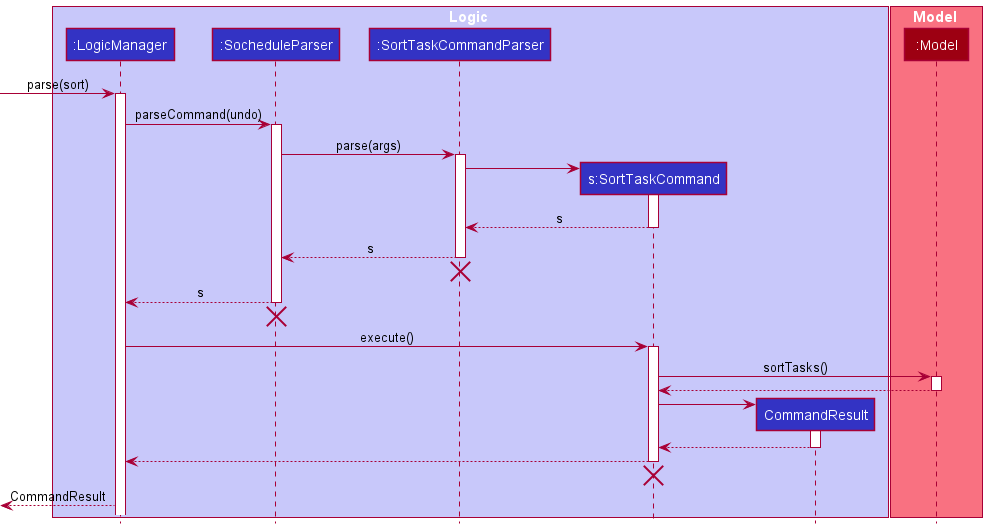
Earlier version of the PlantUML export docs/images/SortTaskSequenceDiagram.png (nus-cs2103-AY2021S2/tp). The source it was exported from:
```plantuml
@startuml
!include style.puml

box Logic LOGIC_COLOR_T1
participant ":LogicManager" as LogicManager LOGIC_COLOR
participant ":SocheduleParser" as SocheduleParser LOGIC_COLOR
participant ":SortTaskCommandParser" as SortTaskCommandParser LOGIC_COLOR
participant "s:SortTaskCommand" as SortTaskCommand LOGIC_COLOR
participant "CommandResult" as CommandResult LOGIC_COLOR
end box

box Model MODEL_COLOR_T1
participant ":Model" as Model MODEL_COLOR
end box

[-> LogicManager : parse(sort)
activate LogicManager

LogicManager -> SocheduleParser : parseCommand(undo)
activate SocheduleParser

SocheduleParser -> SortTaskCommandParser: parse(args)
activate SortTaskCommandParser

create SortTaskCommand
SortTaskCommandParser -> SortTaskCommand
activate SortTaskCommand
SortTaskCommandParser <--SortTaskCommand : s
deactivate SortTaskCommand

SocheduleParser <--SortTaskCommandParser : s
deactivate SortTaskCommandParser
SortTaskCommandParser -[hidden]->[
destroy SortTaskCommandParser

LogicManager <-- SocheduleParser : s
deactivate SocheduleParser
SocheduleParser -[hidden]->[
destroy SocheduleParser

LogicManager -> SortTaskCommand : execute()
activate SortTaskCommand

SortTaskCommand -> Model : sortTasks()
activate Model
SortTaskCommand <-- Model
deactivate Model

create CommandResult
SortTaskCommand -> CommandResult
activate CommandResult
SortTaskCommand <-- CommandResult
deactivate CommandResult

LogicManager <-- SortTaskCommand
deactivate SortTaskCommand
SortTaskCommand -[hidden]->[
destroy SortTaskCommand

[<-- LogicManager : CommandResult
@enduml
```
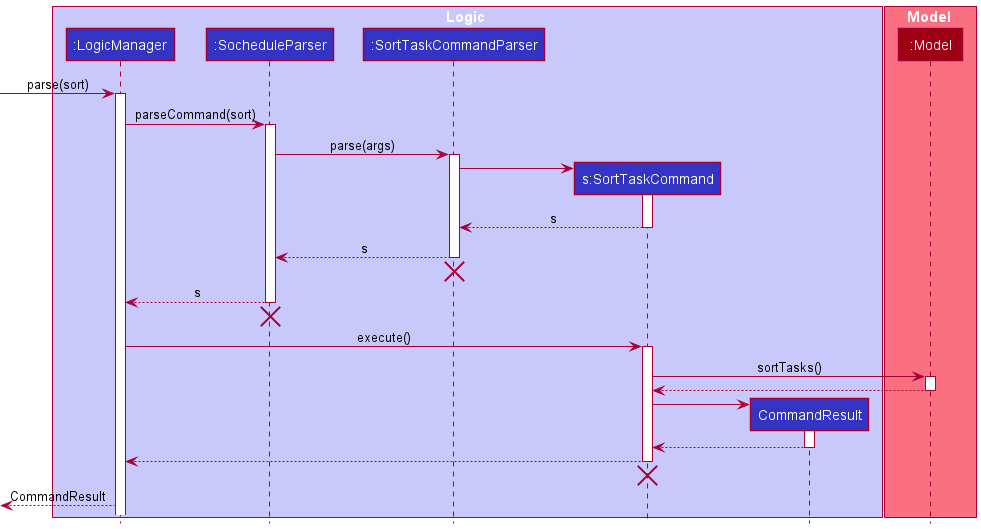
After the change.

What changed in the source:
```diff
@@ -16,7 +16,7 @@
 [-> LogicManager : parse(sort)
 activate LogicManager
 
-LogicManager -> SocheduleParser : parseCommand(undo)
+LogicManager -> SocheduleParser : parseCommand(sort)
 activate SocheduleParser
 
 SocheduleParser -> SortTaskCommandParser: parse(args)
```
